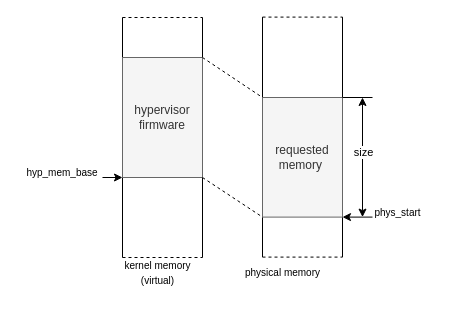
zhouhaoan/drawios keeps this draw.io diagram as hypervisor memory.drawio. Above is the earlier version. Source tidied: cells renumbered, new cells numbered last; positions are measured from the earlier drawing's top-left corner, leaving out a move shared by most shapes. Both pictures are drawn from the tidied source at 100%, with x=0, y=0 at pixel (32, 17).
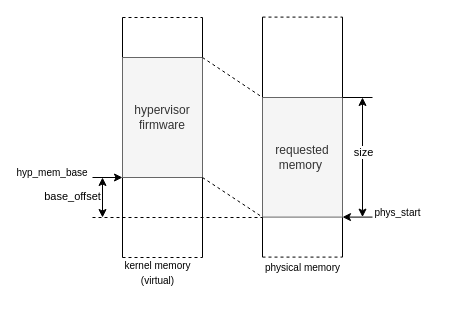
The same page after the edit.

Diff of the diagram source:
```diff
@@
     <mxCell id="6" value="&lt;font style=&quot;font-size: 10px;&quot;&gt;physical memory&lt;/font&gt;" style="text;html=1;align=center;verticalAlign=middle;strokeColor=none;fillColor=none;" parent="1" vertex="1">
-      <mxGeometry x="200" y="240" width="100" height="30" as="geometry" />
+      <mxGeometry x="220" y="235" width="100" height="30" as="geometry" />
     </mxCell>
@@
     <mxCell id="19" style="endArrow=classic;html=1;rounded=0;" parent="1" edge="1">
       <mxGeometry relative="1" as="geometry">
-        <mxPoint x="70" y="160" as="sourcePoint" />
+        <mxPoint x="60" y="160" as="sourcePoint" />
         <mxPoint x="90" y="160" as="targetPoint" />
       </mxGeometry>
     </mxCell>
     <mxCell id="20" value="&lt;font style=&quot;font-size: 10px;&quot;&gt;hyp_mem_base&lt;/font&gt;" style="text;html=1;align=center;verticalAlign=middle;whiteSpace=wrap;rounded=0;" parent="1" vertex="1">
-      <mxGeometry y="140" width="60" height="30" as="geometry" />
+      <mxGeometry x="-10" y="140" width="60" height="30" as="geometry" />
     </mxCell>
@@
+    <mxCell id="23" style="endArrow=none;dashed=1;html=1;rounded=0;" parent="1" edge="1">
+      <mxGeometry relative="1" as="geometry">
+        <mxPoint x="60" y="200" as="sourcePoint" />
+        <mxPoint x="230" y="200" as="targetPoint" />
+      </mxGeometry>
+    </mxCell>
+    <mxCell id="24" style="endArrow=classic;startArrow=classic;html=1;rounded=0;" parent="1" edge="1">
+      <mxGeometry relative="1" as="geometry">
+        <mxPoint x="70" y="200" as="sourcePoint" />
+        <mxPoint x="70" y="160" as="targetPoint" />
+      </mxGeometry>
+    </mxCell>
+    <mxCell id="25" value="base_offset" style="edgeLabel;html=1;align=center;verticalAlign=middle;" parent="24" vertex="1">
+      <mxGeometry x="0.1" relative="1" as="geometry">
+        <mxPoint x="-31" as="offset" />
+      </mxGeometry>
+    </mxCell>
```
